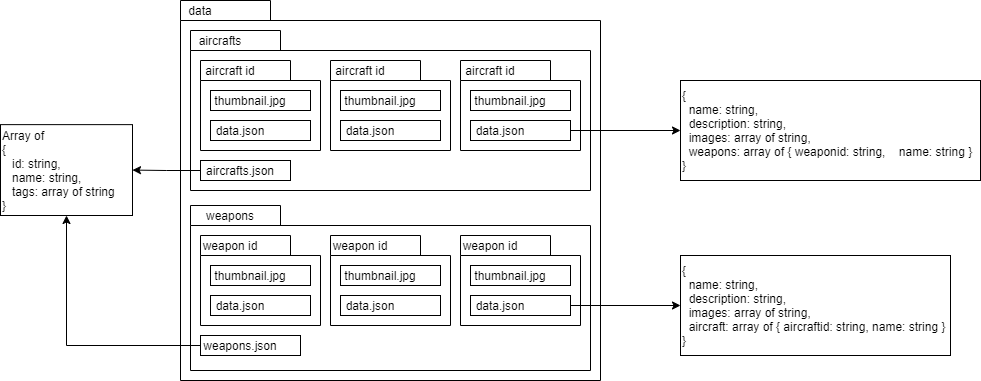
Before: data architecture.png, a diagram exported from draw.io (Dzsek/dcsdb). Source tidied: cells renumbered, new cells last; positions are measured from the earlier drawing's top-left corner, leaving out a move shared by most shapes.
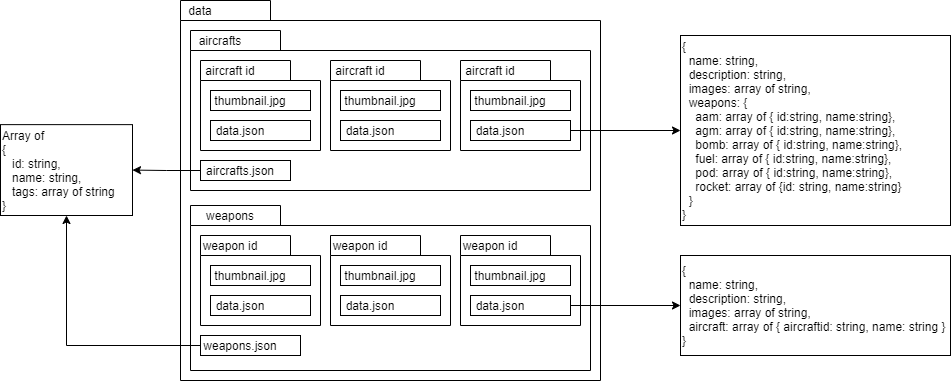
Later version of the same file.

Diff of the diagram source:
```diff
@@ -152,8 +152,8 @@
     <mxCell id="51" value="weapons.json" style="text;html=1;strokeColor=none;fillColor=none;align=center;verticalAlign=middle;whiteSpace=wrap;rounded=0;" parent="1" vertex="1">
       <mxGeometry x="220" y="335" width="40" height="20" as="geometry" />
     </mxCell>
-    <mxCell id="52" value="&lt;div&gt;{&lt;/div&gt;&lt;div&gt;&lt;span&gt;&lt;/span&gt;&amp;nbsp; name: string,&lt;/div&gt;&lt;div&gt;&lt;span&gt;&lt;/span&gt;&amp;nbsp; description: string,&lt;/div&gt;&lt;div&gt;&lt;span&gt;&lt;/span&gt;&amp;nbsp; images: array of string,&lt;/div&gt;&lt;div&gt;&lt;span&gt;&lt;/span&gt;&amp;nbsp; weapons: array of { weaponid: string,&amp;nbsp; &amp;nbsp; name: string }&lt;/div&gt;&lt;div&gt;}&lt;/div&gt;" style="rounded=0;whiteSpace=wrap;html=1;align=left;verticalAlign=middle;" parent="1" vertex="1">
-      <mxGeometry x="680" y="80" width="300" height="100" as="geometry" />
+    <mxCell id="52" value="&lt;div&gt;{&lt;/div&gt;&lt;div&gt;&amp;nbsp; name: string,&lt;/div&gt;&lt;div&gt;&amp;nbsp; description: string,&lt;/div&gt;&lt;div&gt;&amp;nbsp; images: array of string,&lt;/div&gt;&lt;div&gt;&amp;nbsp; weapons: {&lt;/div&gt;&lt;div&gt;&lt;span&gt;&lt;/span&gt;&amp;nbsp; &amp;nbsp; aam: array of { id:string, name:string},&lt;/div&gt;&lt;div&gt;&lt;span&gt;&lt;/span&gt;&amp;nbsp; &amp;nbsp; agm: array of { id:string, name:string},&lt;/div&gt;&lt;div&gt;&lt;span&gt;&lt;/span&gt;&amp;nbsp; &amp;nbsp; bomb: array of { id:string, name:string},&lt;/div&gt;&lt;div&gt;&lt;span&gt;&lt;/span&gt;&amp;nbsp; &amp;nbsp; fuel: array of { id:string, name:string},&lt;/div&gt;&lt;div&gt;&lt;span&gt;&lt;/span&gt;&amp;nbsp; &amp;nbsp; pod: array of { id:string, name:string},&lt;/div&gt;&lt;div&gt;&lt;span&gt;&lt;/span&gt;&amp;nbsp; &amp;nbsp; rocket: array of {id: string, name:string}&lt;/div&gt;&lt;div&gt;&amp;nbsp; }&lt;/div&gt;&lt;div&gt;}&lt;/div&gt;" style="rounded=0;whiteSpace=wrap;html=1;align=left;verticalAlign=middle;" parent="1" vertex="1">
+      <mxGeometry x="680" y="35" width="270" height="190" as="geometry" />
     </mxCell>
     <mxCell id="53" value="&lt;span&gt;Array of&lt;br&gt;{&lt;/span&gt;&lt;br&gt;&lt;span&gt;&amp;nbsp; &amp;nbsp;id: string,&lt;/span&gt;&lt;br&gt;&lt;span&gt;&amp;nbsp; &amp;nbsp;name: string,&lt;/span&gt;&lt;br&gt;&lt;span&gt;&amp;nbsp; &amp;nbsp;tags: array of string&lt;/span&gt;&lt;br&gt;&lt;span&gt;}&lt;/span&gt;" style="rounded=0;whiteSpace=wrap;html=1;align=left;" parent="1" vertex="1">
       <mxGeometry y="124.1" width="132" height="90.9" as="geometry" />
```
